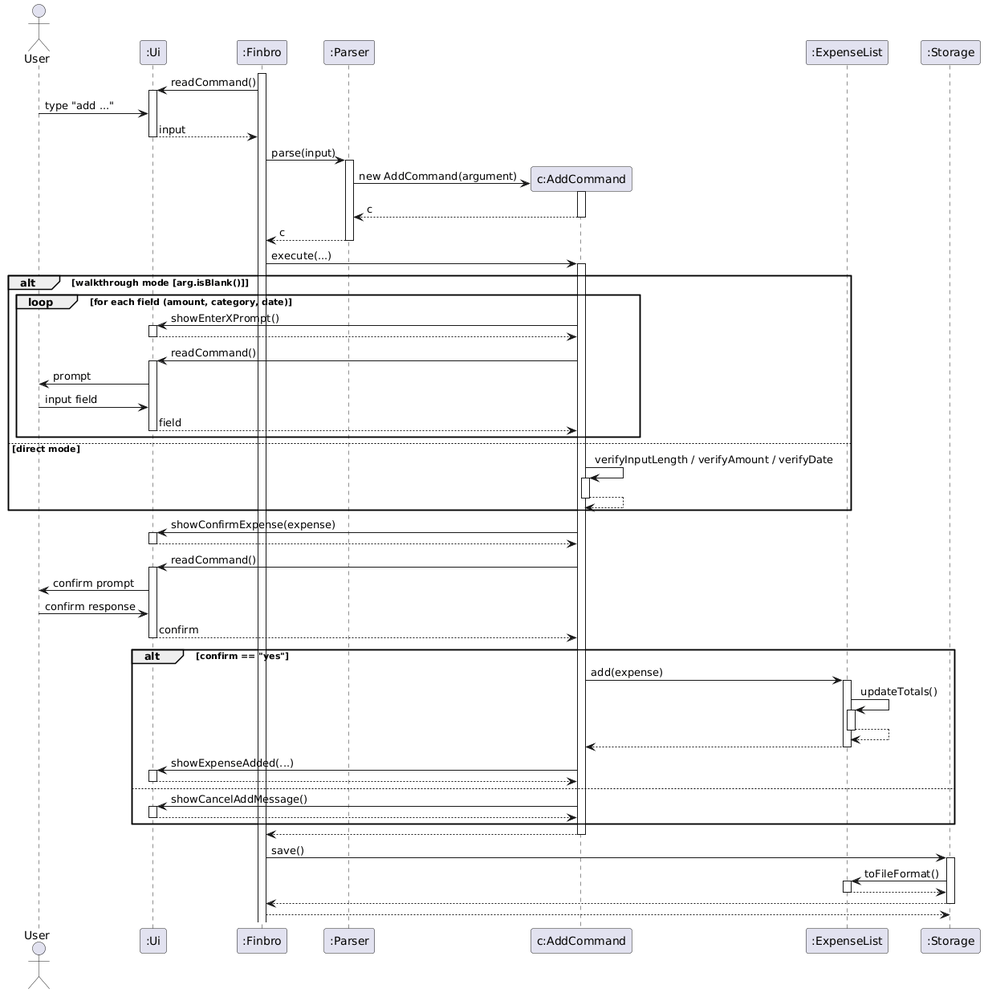
zihaoalt/tp keeps this PlantUML diagram as docs/UML_diagrams/images/AddCommand.png. Above is the earlier version.
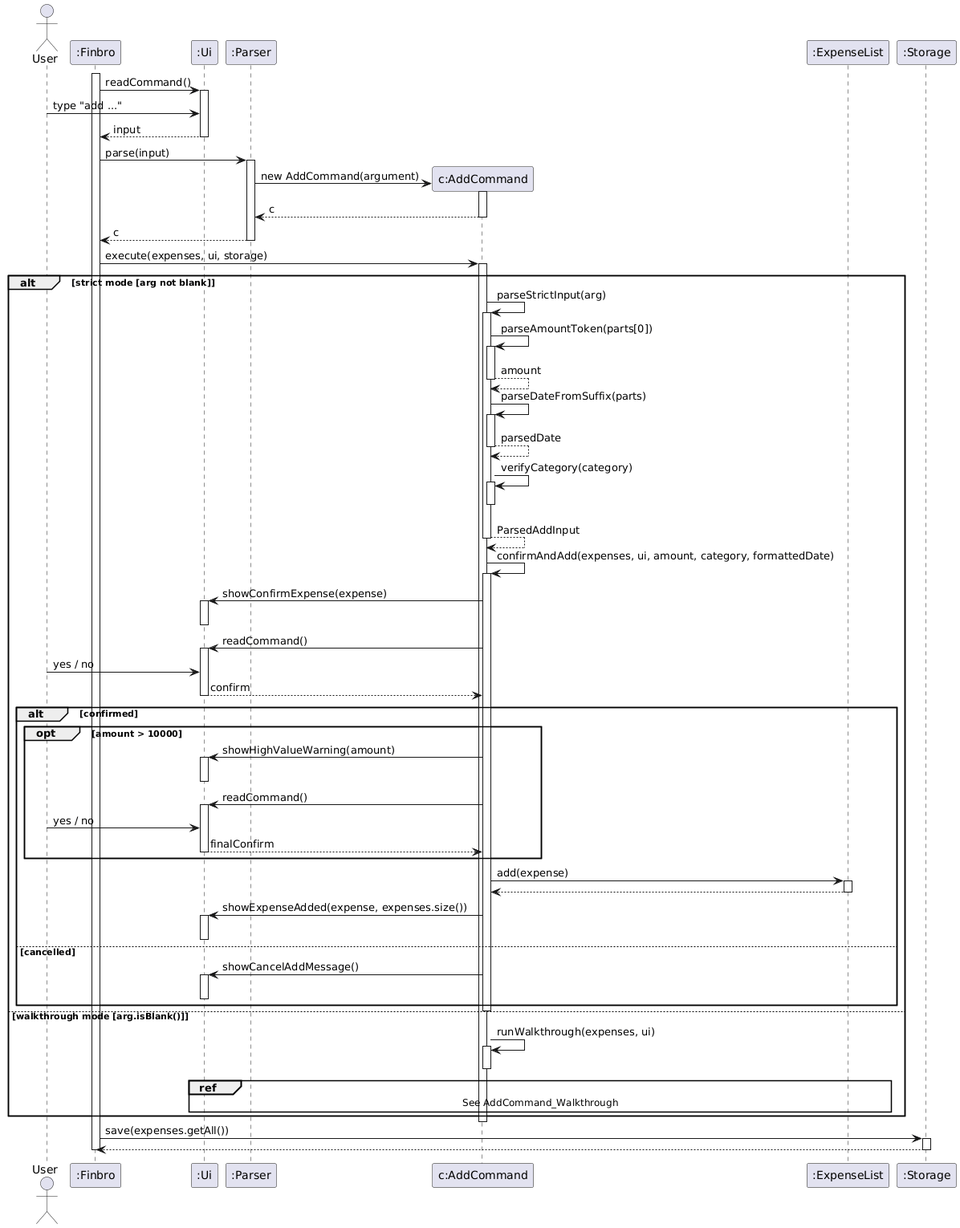
The same file after the commit.

Commit message:
Update Developer Guide for new AddCommand

Change to the diagram source:
```diff
@@ -1,14 +1,12 @@
 @startuml
 actor User
 
-
+participant ":Finbro"
 participant ":Ui"
-participant ":Finbro"
 participant ":Parser"
 participant "c:AddCommand"
 participant ":ExpenseList"
 participant ":Storage"
-
 
 
 activate ":Finbro"
@@ -24,51 +22,94 @@
 create "c:AddCommand"
 ":Parser" -> "c:AddCommand" : new AddCommand(argument)
 activate "c:AddCommand"
-return c
-return c
+"c:AddCommand" --> ":Parser" : c
+deactivate "c:AddCommand"
 
-":Finbro" -> "c:AddCommand" ++ : execute(...)
+":Parser" --> ":Finbro" : c
+deactivate ":Parser"
 
-alt walkthrough mode [arg.isBlank()]
-    loop for each field (amount, category, date)
-        "c:AddCommand" -> ":Ui" ++ : showEnterXPrompt()
-        return
-        "c:AddCommand" -> ":Ui" ++ : readCommand()
-        ":Ui" -> User : prompt
-        User -> ":Ui" : input field
-        return field
+":Finbro" -> "c:AddCommand" : execute(expenses, ui, storage)
+activate "c:AddCommand"
+
+alt strict mode [arg not blank]
+
+    "c:AddCommand" -> "c:AddCommand" : parseStrictInput(arg)
+    activate "c:AddCommand"
+
+    "c:AddCommand" -> "c:AddCommand" : parseAmountToken(parts[0])
+    activate "c:AddCommand"
+    "c:AddCommand" --> "c:AddCommand" : amount
+    deactivate "c:AddCommand"
+
+    "c:AddCommand" -> "c:AddCommand" : parseDateFromSuffix(parts)
+    activate "c:AddCommand"
+    "c:AddCommand" --> "c:AddCommand" : parsedDate
+    deactivate "c:AddCommand"
+
+    "c:AddCommand" -> "c:AddCommand" : verifyCategory(category)
+    activate "c:AddCommand"
+    deactivate "c:AddCommand"
+
+    "c:AddCommand" --> "c:AddCommand" : ParsedAddInput
+    deactivate "c:AddCommand"
+
+    "c:AddCommand" -> "c:AddCommand" : confirmAndAdd(expenses, ui, amount, category, formattedDate)
+    activate "c:AddCommand"
+
+    "c:AddCommand" -> ":Ui" : showConfirmExpense(expense)
+    activate ":Ui"
+    deactivate ":Ui"
+
+    "c:AddCommand" -> ":Ui" : readCommand()
+    activate ":Ui"
+    User -> ":Ui" : yes / no
+    ":Ui" --> "c:AddCommand" : confirm
+    deactivate ":Ui"
+
+    alt confirmed
+
+        opt amount > 10000
+            "c:AddCommand" -> ":Ui" : showHighValueWarning(amount)
+            activate ":Ui"
+            deactivate ":Ui"
+
+            "c:AddCommand" -> ":Ui" : readCommand()
+            activate ":Ui"
+            User -> ":Ui" : yes / no
+            ":Ui" --> "c:AddCommand" : finalConfirm
+            deactivate ":Ui"
+        end
+
+        "c:AddCommand" -> ":ExpenseList" : add(expense)
+        activate ":ExpenseList"
+        ":ExpenseList" --> "c:AddCommand"
+        deactivate ":ExpenseList"
+
+        "c:AddCommand" -> ":Ui" : showExpenseAdded(expense, expenses.size())
+        activate ":Ui"
+        deactivate ":Ui"
+
+    else cancelled
+        "c:AddCommand" -> ":Ui" : showCancelAddMessage()
+        activate ":Ui"
+        deactivate ":Ui"
     end
-else direct mode
-    "c:AddCommand" -> "c:AddCommand" ++ : verifyInputLength / verifyAmount / verifyDate
-    return
+
+    deactivate "c:AddCommand"
+
+else walkthrough mode [arg.isBlank()]
+
+    "c:AddCommand" -> "c:AddCommand" : runWalkthrough(expenses, ui)
+    activate "c:AddCommand"
+    ref over "c:AddCommand", ":Ui", ":ExpenseList" : See AddCommand_Walkthrough
+    deactivate "c:AddCommand"
 end
 
-"c:AddCommand" -> ":Ui" ++ : showConfirmExpense(expense)
-return
+deactivate "c:AddCommand"
 
-"c:AddCommand" -> ":Ui" ++ : readCommand()
-":Ui" -> User : confirm prompt
-User -> ":Ui" : confirm response
-return confirm
-
-alt confirm == "yes"
-    "c:AddCommand" -> ":ExpenseList" ++ : add(expense)
-    ":ExpenseList" -> ":ExpenseList" ++ : updateTotals()
-    return
-    return
-    "c:AddCommand" -> ":Ui" ++ : showExpenseAdded(...)
-    return
-else
-    "c:AddCommand" -> ":Ui" ++ : showCancelAddMessage()
-    return
-end
-
-return
-
-":Finbro" -> ":Storage" ++ : save()
-":Storage" -> ":ExpenseList" ++ : toFileFormat()
-return
-return
-
-return
+":Finbro" -> ":Storage" : save(expenses.getAll())
+activate ":Storage"
+":Storage" --> ":Finbro"
+deactivate ":Storage"
+deactivate ":Finbro"
 @enduml
```
